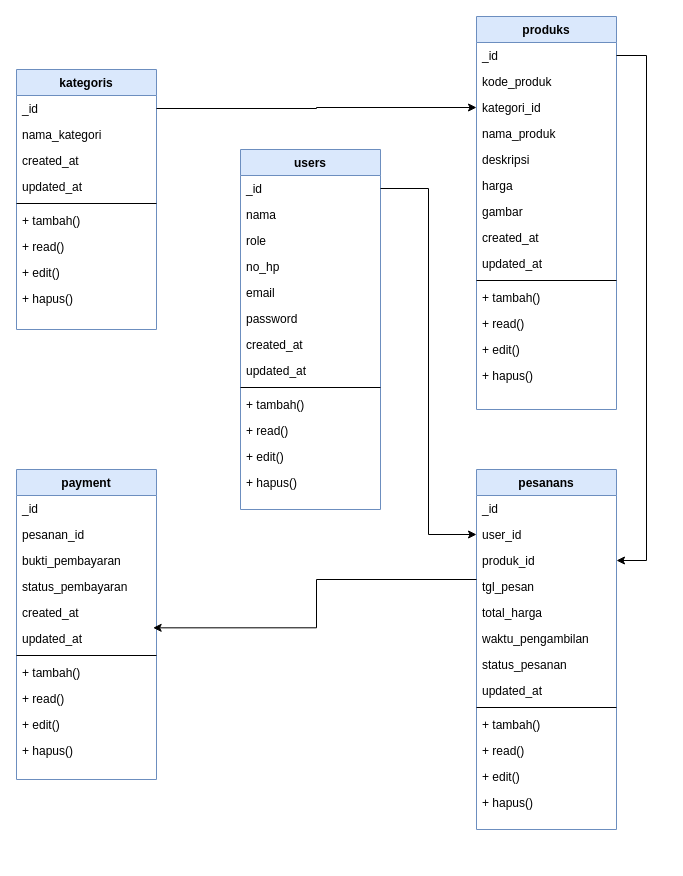
Above: Diagram Tanpa Judul.drawio in sintariaulia/Diagram (draw.io), before the change. Source tidied: cells renumbered, new cells numbered last; positions are measured from the earlier drawing's top-left corner, leaving out a move shared by most shapes. Both pictures are drawn from the tidied source at 100%, with x=0, y=0 at pixel (16, 16).
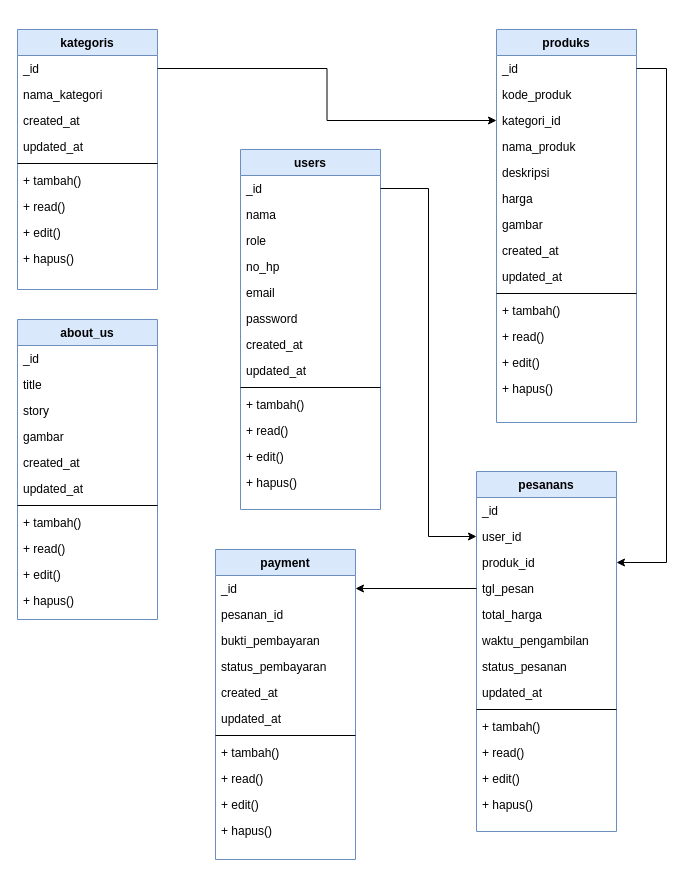
The same diagram, later.

The change refers to these unchanged cells:
```xml
<mxCell id="13" value="_id" style="text;align=left;verticalAlign=top;spacingLeft=4;spacingRight=4;overflow=hidden;points=[[0,0.5],[1,0.5]];portConstraint=eastwest;" parent="12" vertex="1">
  <mxGeometry y="26" width="140" height="26" as="geometry" />
</mxCell>
<mxCell id="44" value="produk_id" style="text;align=left;verticalAlign=top;spacingLeft=4;spacingRight=4;overflow=hidden;points=[[0,0.5],[1,0.5]];portConstraint=eastwest;rounded=0;shadow=0;html=0;" parent="41" vertex="1">
  <mxGeometry y="78" width="140" height="26" as="geometry" />
</mxCell>
<mxCell id="45" value="tgl_pesan" style="text;align=left;verticalAlign=top;spacingLeft=4;spacingRight=4;overflow=hidden;points=[[0,0.5],[1,0.5]];portConstraint=eastwest;rounded=0;shadow=0;html=0;" parent="41" vertex="1">
  <mxGeometry y="104" width="140" height="26" as="geometry" />
</mxCell>
<mxCell id="56" value="_id" style="text;align=left;verticalAlign=top;spacingLeft=4;spacingRight=4;overflow=hidden;points=[[0,0.5],[1,0.5]];portConstraint=eastwest;" parent="55" vertex="1">
  <mxGeometry y="26" width="140" height="26" as="geometry" />
</mxCell>
<mxCell id="61" value="updated_at" style="text;align=left;verticalAlign=top;spacingLeft=4;spacingRight=4;overflow=hidden;points=[[0,0.5],[1,0.5]];portConstraint=eastwest;rounded=0;shadow=0;html=0;" parent="55" vertex="1">
  <mxGeometry y="156" width="140" height="26" as="geometry" />
</mxCell>
```

The edit, as a diff of the source:
```diff
@@
     <mxCell id="2" value="kategoris" style="swimlane;fontStyle=1;align=center;verticalAlign=top;horizontal=1;startSize=26;rounded=0;shadow=0;strokeWidth=1;fillColor=#dae8fc;strokeColor=#6c8ebf;" parent="1" vertex="1">
-      <mxGeometry y="53" width="140" height="260" as="geometry" />
+      <mxGeometry x="1" y="13" width="140" height="260" as="geometry" />
     </mxCell>
@@
     <mxCell id="12" value="produks" style="swimlane;fontStyle=1;align=center;verticalAlign=top;horizontal=1;startSize=26;rounded=0;shadow=0;strokeWidth=1;fillColor=#dae8fc;strokeColor=#6c8ebf;" parent="1" vertex="1">
-      <mxGeometry x="460" width="140" height="393" as="geometry" />
+      <mxGeometry x="480" y="13" width="140" height="393" as="geometry" />
     </mxCell>
@@
     <mxCell id="41" value="pesanans" style="swimlane;fontStyle=1;align=center;verticalAlign=top;horizontal=1;startSize=26;rounded=0;shadow=0;strokeWidth=1;fillColor=#dae8fc;strokeColor=#6c8ebf;" parent="1" vertex="1">
-      <mxGeometry x="460" y="453" width="140" height="360" as="geometry" />
+      <mxGeometry x="460" y="455" width="140" height="360" as="geometry" />
     </mxCell>
@@
     <mxCell id="55" value="payment" style="swimlane;fontStyle=1;align=center;verticalAlign=top;horizontal=1;startSize=26;rounded=0;shadow=0;strokeWidth=1;fillColor=#dae8fc;strokeColor=#6c8ebf;" parent="1" vertex="1">
-      <mxGeometry y="453" width="140" height="310" as="geometry" />
+      <mxGeometry x="199" y="533" width="140" height="310" as="geometry" />
     </mxCell>
@@
-    <mxCell id="69" style="edgeStyle=orthogonalEdgeStyle;rounded=0;jettySize=auto;html=1;entryX=0.976;entryY=0.09;entryDx=0;entryDy=0;entryPerimeter=0;" parent="1" edge="1" target="61">
-      <mxGeometry relative="1" as="geometry">
-        <mxPoint x="460" y="563" as="sourcePoint" />
-        <Array as="points">
-          <mxPoint x="460" y="563" />
-          <mxPoint x="300" y="563" />
-          <mxPoint x="300" y="611" />
-        </Array>
-      </mxGeometry>
-    </mxCell>
+    <mxCell id="71" style="edgeStyle=orthogonalEdgeStyle;rounded=0;jettySize=auto;html=1;exitX=0;exitY=0.5;exitDx=0;exitDy=0;entryX=1;entryY=0.5;entryDx=0;entryDy=0;" parent="1" edge="1" source="45" target="56">
+      <mxGeometry relative="1" as="geometry" />
+    </mxCell>
+    <mxCell id="72" value="about_us" style="swimlane;fontStyle=1;align=center;verticalAlign=top;horizontal=1;startSize=26;rounded=0;shadow=0;strokeWidth=1;fillColor=#dae8fc;strokeColor=#6c8ebf;" parent="1" vertex="1">
+      <mxGeometry x="1" y="303" width="140" height="300" as="geometry" />
+    </mxCell>
+    <mxCell id="73" value="_id" style="text;align=left;verticalAlign=top;spacingLeft=4;spacingRight=4;overflow=hidden;" parent="72" vertex="1">
+      <mxGeometry y="26" width="140" height="26" as="geometry" />
+    </mxCell>
+    <mxCell id="74" value="title" style="text;align=left;verticalAlign=top;spacingLeft=4;spacingRight=4;overflow=hidden;rounded=0;shadow=0;html=0;" parent="72" vertex="1">
+      <mxGeometry y="52" width="140" height="26" as="geometry" />
+    </mxCell>
+    <mxCell id="75" value="story" style="text;align=left;verticalAlign=top;spacingLeft=4;spacingRight=4;overflow=hidden;rounded=0;shadow=0;html=0;" parent="72" vertex="1">
+      <mxGeometry y="78" width="140" height="26" as="geometry" />
+    </mxCell>
+    <mxCell id="76" value="gambar" style="text;align=left;verticalAlign=top;spacingLeft=4;spacingRight=4;overflow=hidden;rounded=0;shadow=0;html=0;" parent="72" vertex="1">
+      <mxGeometry y="104" width="140" height="26" as="geometry" />
+    </mxCell>
+    <mxCell id="77" value="created_at" style="text;align=left;verticalAlign=top;spacingLeft=4;spacingRight=4;overflow=hidden;rounded=0;shadow=0;html=0;" parent="72" vertex="1">
+      <mxGeometry y="130" width="140" height="26" as="geometry" />
+    </mxCell>
+    <mxCell id="78" value="updated_at" style="text;align=left;verticalAlign=top;spacingLeft=4;spacingRight=4;overflow=hidden;rounded=0;shadow=0;html=0;" parent="72" vertex="1">
+      <mxGeometry y="156" width="140" height="26" as="geometry" />
+    </mxCell>
+    <mxCell id="79" style="line;html=1;strokeWidth=1;align=left;verticalAlign=middle;spacingTop=-1;spacingLeft=3;spacingRight=3;labelPosition=right;" parent="72" vertex="1">
+      <mxGeometry y="182" width="140" height="8" as="geometry" />
+    </mxCell>
+    <mxCell id="80" value="+ tambah()" style="text;align=left;verticalAlign=top;spacingLeft=4;spacingRight=4;overflow=hidden;" parent="72" vertex="1">
+      <mxGeometry y="190" width="140" height="26" as="geometry" />
+    </mxCell>
+    <mxCell id="81" value="+ read()" style="text;align=left;verticalAlign=top;spacingLeft=4;spacingRight=4;overflow=hidden;" parent="72" vertex="1">
+      <mxGeometry y="216" width="140" height="26" as="geometry" />
+    </mxCell>
+    <mxCell id="82" value="+ edit()" style="text;align=left;verticalAlign=top;spacingLeft=4;spacingRight=4;overflow=hidden;" parent="72" vertex="1">
+      <mxGeometry y="242" width="140" height="26" as="geometry" />
+    </mxCell>
+    <mxCell id="83" value="+ hapus()" style="text;align=left;verticalAlign=top;spacingLeft=4;spacingRight=4;overflow=hidden;" parent="72" vertex="1">
+      <mxGeometry y="268" width="140" height="26" as="geometry" />
+    </mxCell>
     <mxCell id="70" style="edgeStyle=orthogonalEdgeStyle;rounded=0;jettySize=auto;html=1;exitX=1;exitY=0.5;exitDx=0;exitDy=0;entryX=1;entryY=0.5;entryDx=0;entryDy=0;" parent="1" edge="1" source="13" target="44">
       <mxGeometry relative="1" as="geometry">
         <Array as="points">
-          <mxPoint x="630" y="39" />
-          <mxPoint x="630" y="544" />
+          <mxPoint x="650" y="52" />
+          <mxPoint x="650" y="546" />
         </Array>
       </mxGeometry>
     </mxCell>
```
